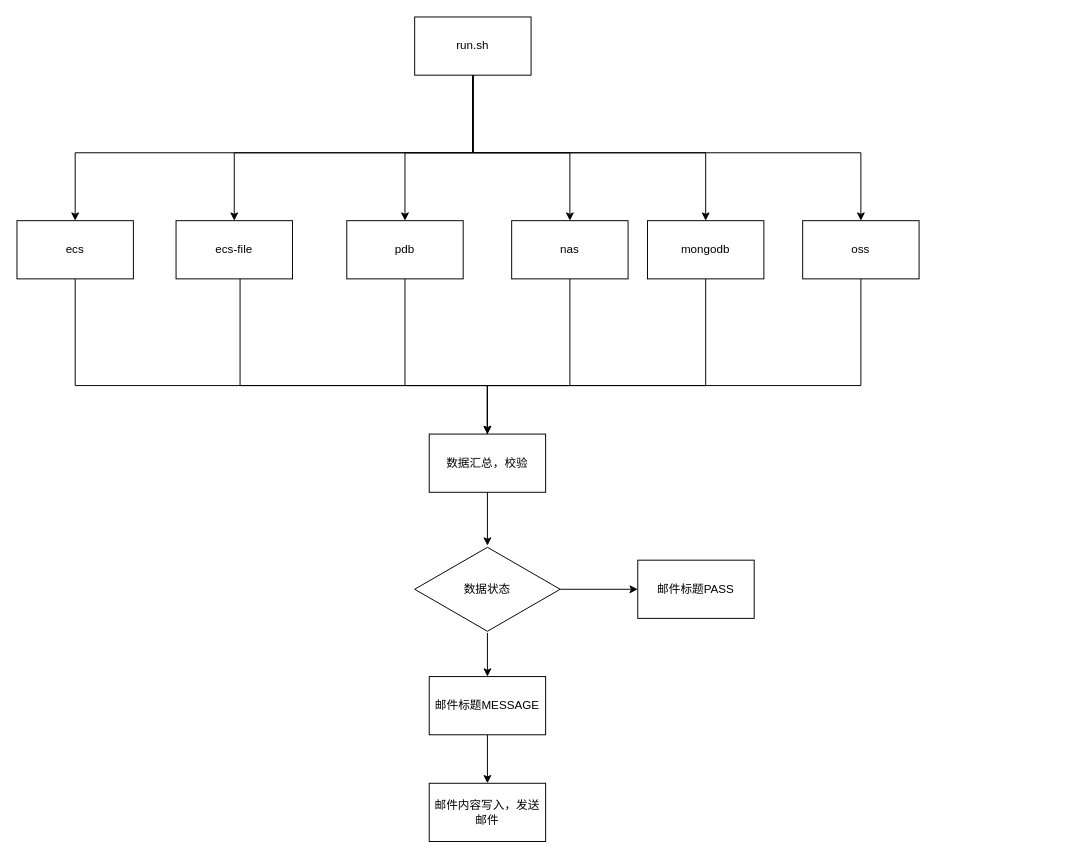
This is 主线程逻辑.drawio from a744740454/tools, a draw.io file, before an edit. Source tidied: cells renumbered, new cells numbered last; positions are measured from the earlier drawing's top-left corner, leaving out a move shared by most shapes. Both pictures are drawn from the tidied source at 97%, with x=0, y=0 at pixel (16, 16).
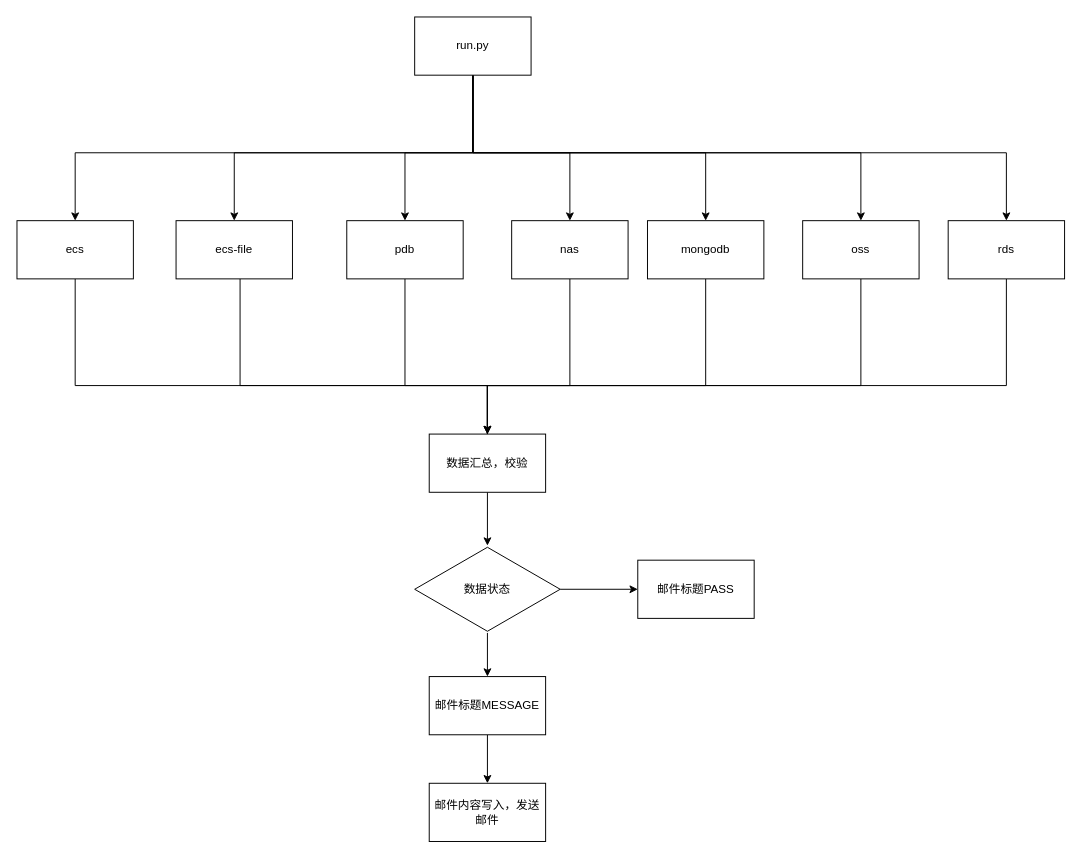
The same diagram, later.

Commit message (it also covers changes not shown here):
更新主线程逻辑.drawio

Unchanged cells that the change refers to:
```xml
<mxCell id="22" value="数据汇总，校验" style="rounded=0;whiteSpace=wrap;html=1;" parent="1" vertex="1">
  <mxGeometry x="425" y="430" width="120" height="60" as="geometry" />
</mxCell>
```

What changed in the source:
```diff
@@
+    <mxCell id="30" style="edgeStyle=orthogonalEdgeStyle;rounded=0;jettySize=auto;html=1;" parent="1" edge="1" source="8" target="32">
+      <mxGeometry relative="1" as="geometry">
+        <Array as="points">
+          <mxPoint x="470" y="140" />
+          <mxPoint x="1020" y="140" />
+        </Array>
+      </mxGeometry>
+    </mxCell>
-    <mxCell id="8" value="run.sh" style="rounded=0;whiteSpace=wrap;html=1;" parent="1" vertex="1">
+    <mxCell id="8" value="run.py" style="rounded=0;whiteSpace=wrap;html=1;" parent="1" vertex="1">
       <mxGeometry x="410" width="120" height="60" as="geometry" />
     </mxCell>
@@
+    <mxCell id="31" style="edgeStyle=orthogonalEdgeStyle;rounded=0;jettySize=auto;html=1;entryX=0.5;entryY=0;entryDx=0;entryDy=0;" parent="1" edge="1" source="32" target="22">
+      <mxGeometry relative="1" as="geometry">
+        <Array as="points">
+          <mxPoint x="1020" y="380" />
+          <mxPoint x="485" y="380" />
+        </Array>
+      </mxGeometry>
+    </mxCell>
+    <mxCell id="32" value="rds" style="rounded=0;whiteSpace=wrap;html=1;" parent="1" vertex="1">
+      <mxGeometry x="960" y="210" width="120" height="60" as="geometry" />
+    </mxCell>
```
